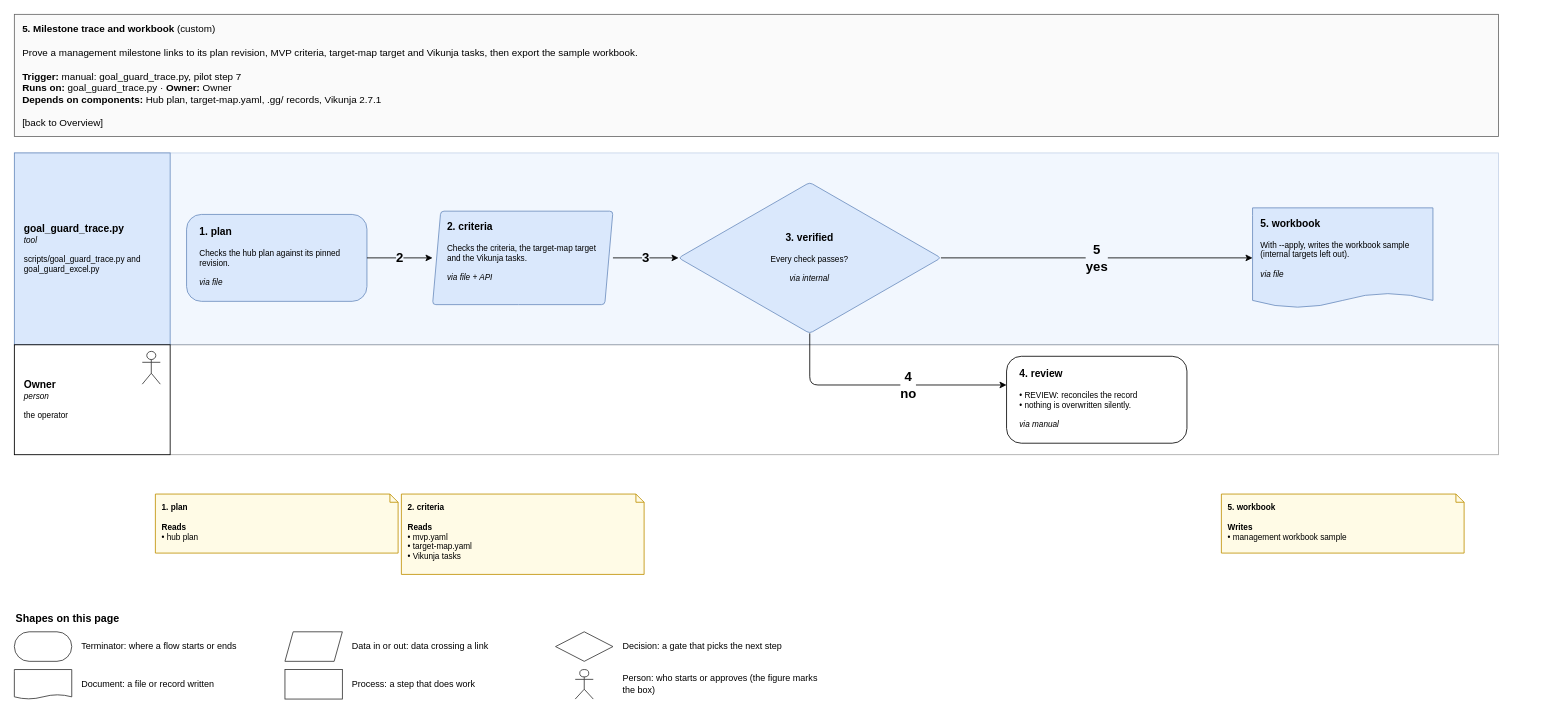
This is page "5. Milestone trace and workbook" (7 of 9) of specialists/project/skill-goal-guard/docs/goal-guard-flows/goal_guard_flows.drawio from amalikn/skills_stuff, a draw.io file, before an edit. Source tidied: cells renumbered, new cells numbered last; positions are measured from the earlier drawing's top-left corner, leaving out a move shared by most shapes. Both pictures are drawn from the tidied source at 82%, with x=0, y=0 at pixel (14, 14).
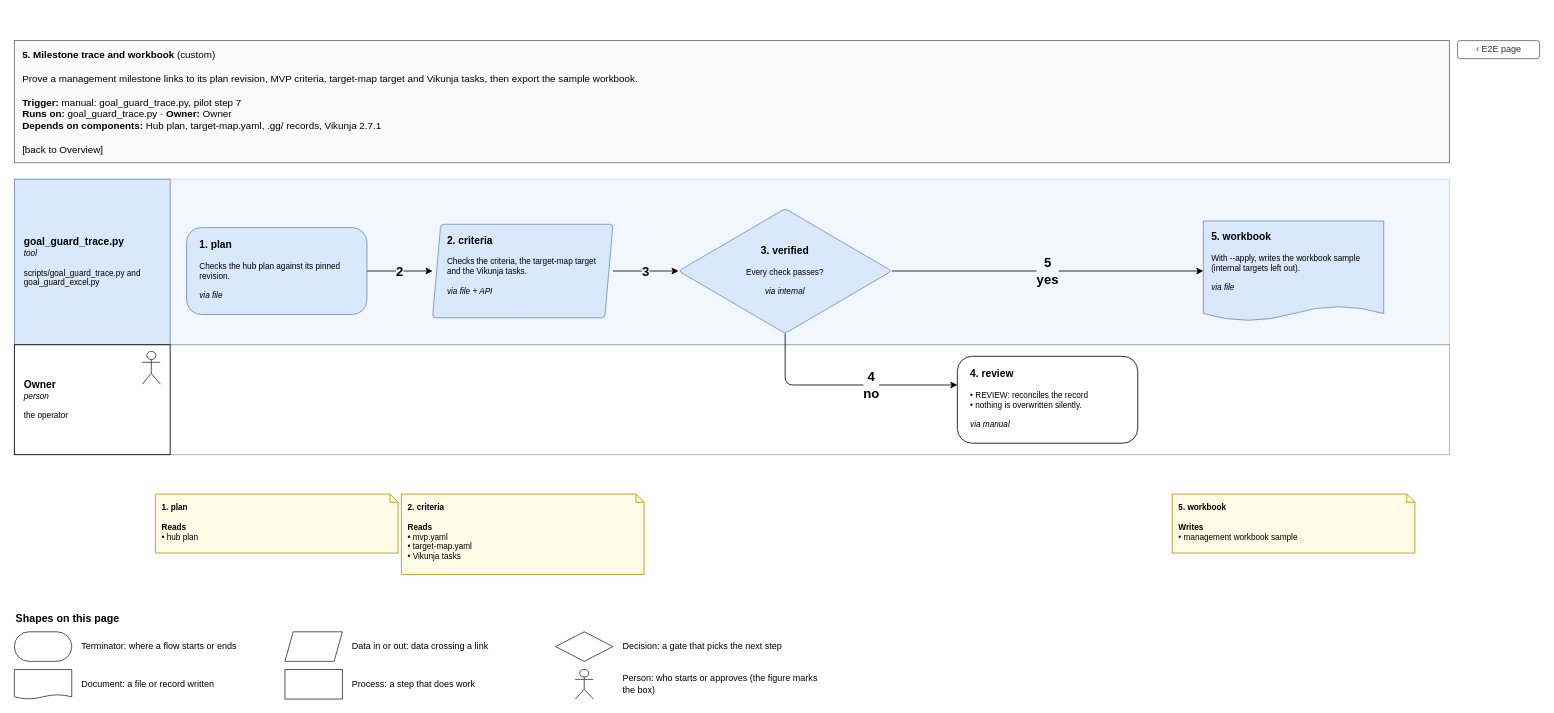
The same diagram, later.

Commit message (it also covers changes not shown here):
skill-goal-guard: flows drawing re-rendered with skill-drawio 3ec22cc (no page worse: crossings 29 to 25)

The edit, as a diff of the source:
```diff
@@
     <mxCell id="2" value="&lt;b&gt;5. Milestone trace and workbook&lt;/b&gt; (custom)&lt;br&gt; &lt;br&gt;Prove a management milestone links to its plan revision, MVP criteria, target-map target and Vikunja tasks, then export the sample workbook.&lt;br&gt; &lt;br&gt;&lt;b&gt;Trigger:&lt;/b&gt; manual: goal_guard_trace.py, pilot step 7&lt;br&gt;&lt;b&gt;Runs on:&lt;/b&gt; goal_guard_trace.py · &lt;b&gt;Owner:&lt;/b&gt; Owner&lt;br&gt;&lt;b&gt;Depends on components:&lt;/b&gt; Hub plan, target-map.yaml, .gg/ records, Vikunja 2.7.1&lt;br&gt; &lt;br&gt;[back to Overview]" style="rounded=0;whiteSpace=wrap;html=1;fillColor=#fafafa;strokeColor=#666666;align=left;verticalAlign=top;spacingLeft=8;spacingTop=4;fontSize=12;" parent="1" vertex="1">
-      <mxGeometry width="1810" height="149" as="geometry" />
+      <mxGeometry y="32" width="1750" height="149" as="geometry" />
     </mxCell>
+    <mxCell id="37" value="‹ E2E page" style="rounded=1;html=1;fillColor=#ffffff;strokeColor=#666666;fontColor=#333333;fontSize=11;align=center;verticalAlign=middle;" parent="1" vertex="1">
+      <mxGeometry x="1760" y="32" width="100" height="22" as="geometry" />
+    </mxCell>
     <mxCell id="3" style="rounded=0;html=1;fillColor=#dae8fc;strokeColor=#6c8ebf;opacity=35;" parent="1" vertex="1">
-      <mxGeometry y="169" width="1810" height="234" as="geometry" />
+      <mxGeometry y="201" width="1750" height="202" as="geometry" />
     </mxCell>
     <mxCell id="4" value="&lt;span style=&quot;font-size:125%&quot;&gt;&lt;b&gt;goal_guard_trace.py&lt;/b&gt;&lt;/span&gt;&lt;br&gt;&lt;i&gt;tool&lt;/i&gt;&lt;br&gt; &lt;br&gt;scripts/goal_guard_trace.py and goal_guard_excel.py" style="rounded=1;whiteSpace=wrap;html=1;fillColor=#dae8fc;strokeColor=#6c8ebf;fontSize=11;arcSize=8;rounded=0;align=left;verticalAlign=middle;spacingLeft=10;spacingRight=8;fontSize=10;" parent="1" vertex="1">
-      <mxGeometry y="169" width="190" height="234" as="geometry" />
+      <mxGeometry y="201" width="190" height="202" as="geometry" />
     </mxCell>
     <mxCell id="5" style="rounded=0;html=1;fillColor=#ffffff;strokeColor=#000000;opacity=35;" parent="1" vertex="1">
-      <mxGeometry y="403" width="1810" height="134" as="geometry" />
+      <mxGeometry y="403" width="1750" height="134" as="geometry" />
     </mxCell>
@@
     <mxCell id="8" value="&lt;span style=&quot;font-size:125%&quot;&gt;&lt;b&gt;1. plan&lt;/b&gt;&lt;/span&gt;&lt;br&gt; &lt;br&gt;Checks the hub plan against its pinned revision.&lt;br&gt; &lt;br&gt;&lt;i&gt;via file&lt;/i&gt;" style="rounded=1;whiteSpace=wrap;html=1;fillColor=#dae8fc;strokeColor=#6c8ebf;fontSize=11;arcSize=8;fontSize=10;align=left;verticalAlign=top;spacingLeft=8;spacingRight=6;spacingTop=6;rounded=1;absoluteArcSize=1;arcSize=36;spacingLeft=14;spacingRight=12;spacingTop=8;" parent="1" vertex="1">
-      <mxGeometry x="210" y="244" width="220" height="106" as="geometry" />
+      <mxGeometry x="210" y="260" width="220" height="106" as="geometry" />
     </mxCell>
@@
     <mxCell id="10" value="&lt;span style=&quot;font-size:125%&quot;&gt;&lt;b&gt;2. criteria&lt;/b&gt;&lt;/span&gt;&lt;br&gt; &lt;br&gt;Checks the criteria, the target-map target and the Vikunja tasks.&lt;br&gt; &lt;br&gt;&lt;i&gt;via file + API&lt;/i&gt;" style="rounded=1;whiteSpace=wrap;html=1;fillColor=#dae8fc;strokeColor=#6c8ebf;fontSize=11;arcSize=8;fontSize=10;align=left;verticalAlign=top;spacingLeft=8;spacingRight=6;spacingTop=6;shape=parallelogram;perimeter=parallelogramPerimeter;fixedSize=1;size=10;spacingLeft=16;spacingRight=16;" parent="1" vertex="1">
-      <mxGeometry x="510" y="240" width="220" height="114" as="geometry" />
+      <mxGeometry x="510" y="256" width="220" height="114" as="geometry" />
     </mxCell>
@@
-    <mxCell id="12" value="&lt;span style=&quot;font-size:125%&quot;&gt;&lt;b&gt;3. verified&lt;/b&gt;&lt;/span&gt;&lt;br&gt; &lt;br&gt;Every check passes?&lt;br&gt; &lt;br&gt;&lt;i&gt;via internal&lt;/i&gt;" style="rounded=1;whiteSpace=wrap;html=1;fillColor=#dae8fc;strokeColor=#6c8ebf;fontSize=11;arcSize=8;fontSize=10;align=left;verticalAlign=top;spacingLeft=8;spacingRight=6;spacingTop=6;rhombus;align=center;verticalAlign=middle;spacingLeft=72;spacingRight=72;spacingTop=0;" parent="1" vertex="1">
-      <mxGeometry x="810" y="205" width="320" height="184" as="geometry" />
+    <mxCell id="12" value="&lt;span style=&quot;font-size:125%&quot;&gt;&lt;b&gt;3. verified&lt;/b&gt;&lt;/span&gt;&lt;br&gt; &lt;br&gt;Every check passes?&lt;br&gt; &lt;br&gt;&lt;i&gt;via internal&lt;/i&gt;" style="rounded=1;whiteSpace=wrap;html=1;fillColor=#dae8fc;strokeColor=#6c8ebf;fontSize=11;arcSize=8;fontSize=10;align=left;verticalAlign=top;spacingLeft=8;spacingRight=6;spacingTop=6;rhombus;align=center;verticalAlign=middle;spacingLeft=72;spacingRight=72;spacingTop=0;spacingLeft=65;spacingRight=65;spacingTop=0;spacingBottom=0;" parent="1" vertex="1">
+      <mxGeometry x="810" y="237" width="260" height="152" as="geometry" />
     </mxCell>
     <mxCell id="13" value="&lt;span style=&quot;font-size:125%&quot;&gt;&lt;b&gt;4. review&lt;/b&gt;&lt;/span&gt;&lt;br&gt; &lt;br&gt;• REVIEW: reconciles the record&lt;br&gt;• nothing is overwritten silently.&lt;br&gt; &lt;br&gt;&lt;i&gt;via manual&lt;/i&gt;" style="rounded=1;whiteSpace=wrap;html=1;fillColor=#ffffff;strokeColor=#000000;fontSize=11;arcSize=8;fontSize=10;align=left;verticalAlign=top;spacingLeft=8;spacingRight=6;spacingTop=6;rounded=1;absoluteArcSize=1;arcSize=36;spacingLeft=14;spacingRight=12;spacingTop=8;" parent="1" vertex="1">
-      <mxGeometry x="1210" y="417" width="220" height="106" as="geometry" />
+      <mxGeometry x="1150" y="417" width="220" height="106" as="geometry" />
     </mxCell>
     <mxCell id="14" value="&lt;span style=&quot;font-size:125%&quot;&gt;&lt;b&gt;5. workbook&lt;/b&gt;&lt;/span&gt;&lt;br&gt; &lt;br&gt;With --apply, writes the workbook sample (internal targets left out).&lt;br&gt; &lt;br&gt;&lt;i&gt;via file&lt;/i&gt;" style="rounded=1;whiteSpace=wrap;html=1;fillColor=#dae8fc;strokeColor=#6c8ebf;fontSize=11;arcSize=8;fontSize=10;align=left;verticalAlign=top;spacingLeft=8;spacingRight=6;spacingTop=6;shape=document;boundedLbl=1;size=0.15;" parent="1" vertex="1">
-      <mxGeometry x="1510" y="236" width="220" height="122" as="geometry" />
+      <mxGeometry x="1450" y="252" width="220" height="122" as="geometry" />
     </mxCell>
     <mxCell id="15" value="&lt;b&gt;5. workbook&lt;/b&gt;&lt;br&gt; &lt;br&gt;&lt;b&gt;Writes&lt;/b&gt;&lt;br&gt;• management workbook sample" style="shape=note;whiteSpace=wrap;html=1;size=10;fillColor=#fffbe6;strokeColor=#bf9000;align=left;verticalAlign=top;spacingLeft=6;spacingTop=4;fontSize=10;" parent="1" vertex="1">
-      <mxGeometry x="1472" y="585" width="296" height="72" as="geometry" />
+      <mxGeometry x="1412" y="585" width="296" height="72" as="geometry" />
     </mxCell>
@@
     <mxCell id="29" style="edgeStyle=none;rounded=1;html=1;endArrow=classic;endFill=1;jumpStyle=arc;jumpSize=6;strokeColor=#000000;exitX=1;exitY=0.5;entryX=0;entryY=0.5;exitPerimeter=0;entryPerimeter=0;" parent="1" edge="1" source="8" target="10">
       <mxGeometry relative="1" as="geometry">
         <Array as="points">
-          <mxPoint x="470" y="297" />
+          <mxPoint x="470" y="313" />
         </Array>
       </mxGeometry>
     </mxCell>
     <mxCell id="30" value="&lt;b&gt;2&lt;/b&gt;" style="text;html=1;align=center;verticalAlign=middle;fontSize=16;fontStyle=1;labelBackgroundColor=#f2f7fe;fontColor=#000000;" parent="1" vertex="1">
-      <mxGeometry x="456.5" y="286" width="27" height="22" as="geometry" />
+      <mxGeometry x="456.5" y="302" width="27" height="22" as="geometry" />
     </mxCell>
     <mxCell id="31" style="edgeStyle=none;rounded=1;html=1;endArrow=classic;endFill=1;jumpStyle=arc;jumpSize=6;strokeColor=#000000;exitX=1;exitY=0.5;entryX=0;entryY=0.5;exitPerimeter=0;entryPerimeter=0;" parent="1" edge="1" source="10" target="12">
       <mxGeometry relative="1" as="geometry">
         <Array as="points">
-          <mxPoint x="770" y="297" />
+          <mxPoint x="770" y="313" />
         </Array>
       </mxGeometry>
     </mxCell>
     <mxCell id="32" value="&lt;b&gt;3&lt;/b&gt;" style="text;html=1;align=center;verticalAlign=middle;fontSize=16;fontStyle=1;labelBackgroundColor=#f2f7fe;fontColor=#000000;" parent="1" vertex="1">
-      <mxGeometry x="756.5" y="286" width="27" height="22" as="geometry" />
+      <mxGeometry x="756.5" y="302" width="27" height="22" as="geometry" />
     </mxCell>
     <mxCell id="33" style="edgeStyle=none;rounded=1;html=1;endArrow=classic;endFill=1;jumpStyle=arc;jumpSize=6;strokeColor=#000000;exitX=0.5;exitY=1;entryX=0;entryY=0.3302;exitPerimeter=0;entryPerimeter=0;" parent="1" edge="1" source="12" target="13">
       <mxGeometry relative="1" as="geometry">
         <Array as="points">
-          <mxPoint x="970" y="452" />
+          <mxPoint x="940" y="452" />
         </Array>
       </mxGeometry>
     </mxCell>
     <mxCell id="34" value="&lt;b&gt;4&lt;/b&gt;&lt;br&gt;&lt;b&gt;no&lt;/b&gt;" style="text;html=1;align=center;verticalAlign=middle;fontSize=16;fontStyle=1;labelBackgroundColor=#ffffff;fontColor=#000000;" parent="1" vertex="1">
-      <mxGeometry x="1072" y="433.5" width="36" height="37" as="geometry" />
+      <mxGeometry x="1027" y="433.5" width="36" height="37" as="geometry" />
     </mxCell>
     <mxCell id="35" style="edgeStyle=none;rounded=1;html=1;endArrow=classic;endFill=1;jumpStyle=arc;jumpSize=6;strokeColor=#000000;exitX=1;exitY=0.5;entryX=0;entryY=0.5;exitPerimeter=0;entryPerimeter=0;" parent="1" edge="1" source="12" target="14">
       <mxGeometry relative="1" as="geometry">
         <Array as="points">
-          <mxPoint x="1170" y="297" />
+          <mxPoint x="1110" y="313" />
         </Array>
       </mxGeometry>
     </mxCell>
     <mxCell id="36" value="&lt;b&gt;5&lt;/b&gt;&lt;br&gt;&lt;b&gt;yes&lt;/b&gt;" style="text;html=1;align=center;verticalAlign=middle;fontSize=16;fontStyle=1;labelBackgroundColor=#f2f7fe;fontColor=#000000;" parent="1" vertex="1">
-      <mxGeometry x="1297.5" y="278.5" width="45" height="37" as="geometry" />
+      <mxGeometry x="1237.5" y="294.5" width="45" height="37" as="geometry" />
     </mxCell>
```
